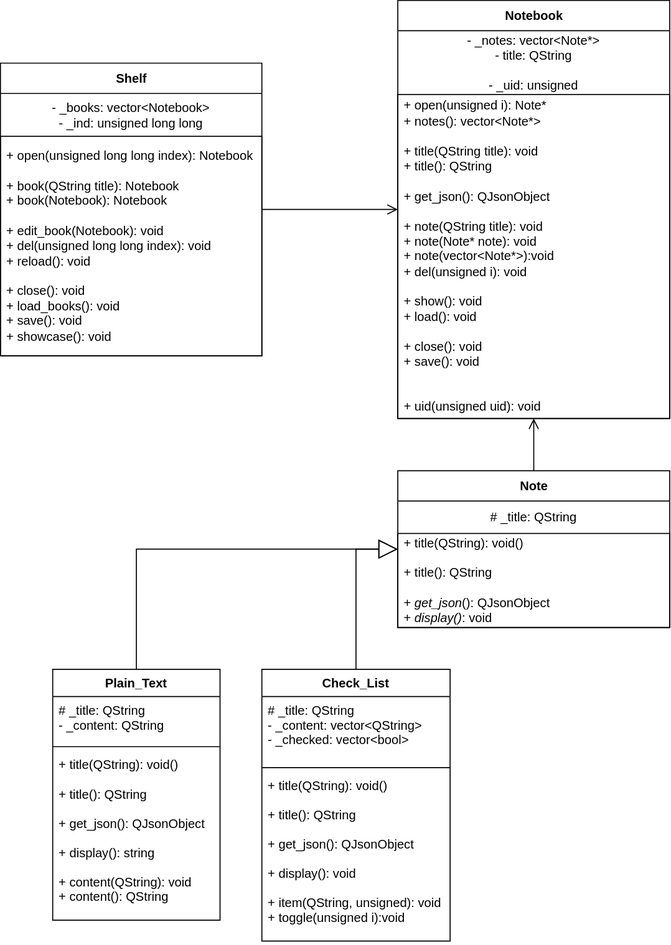
The draw.io diagram proj_prat/design/projeto_pratico(UML).svg in Emanuel600/PRG22107, before a commit. Source tidied: cells renumbered, new cells last; positions are measured from the earlier drawing's top-left corner, leaving out a move shared by most shapes.
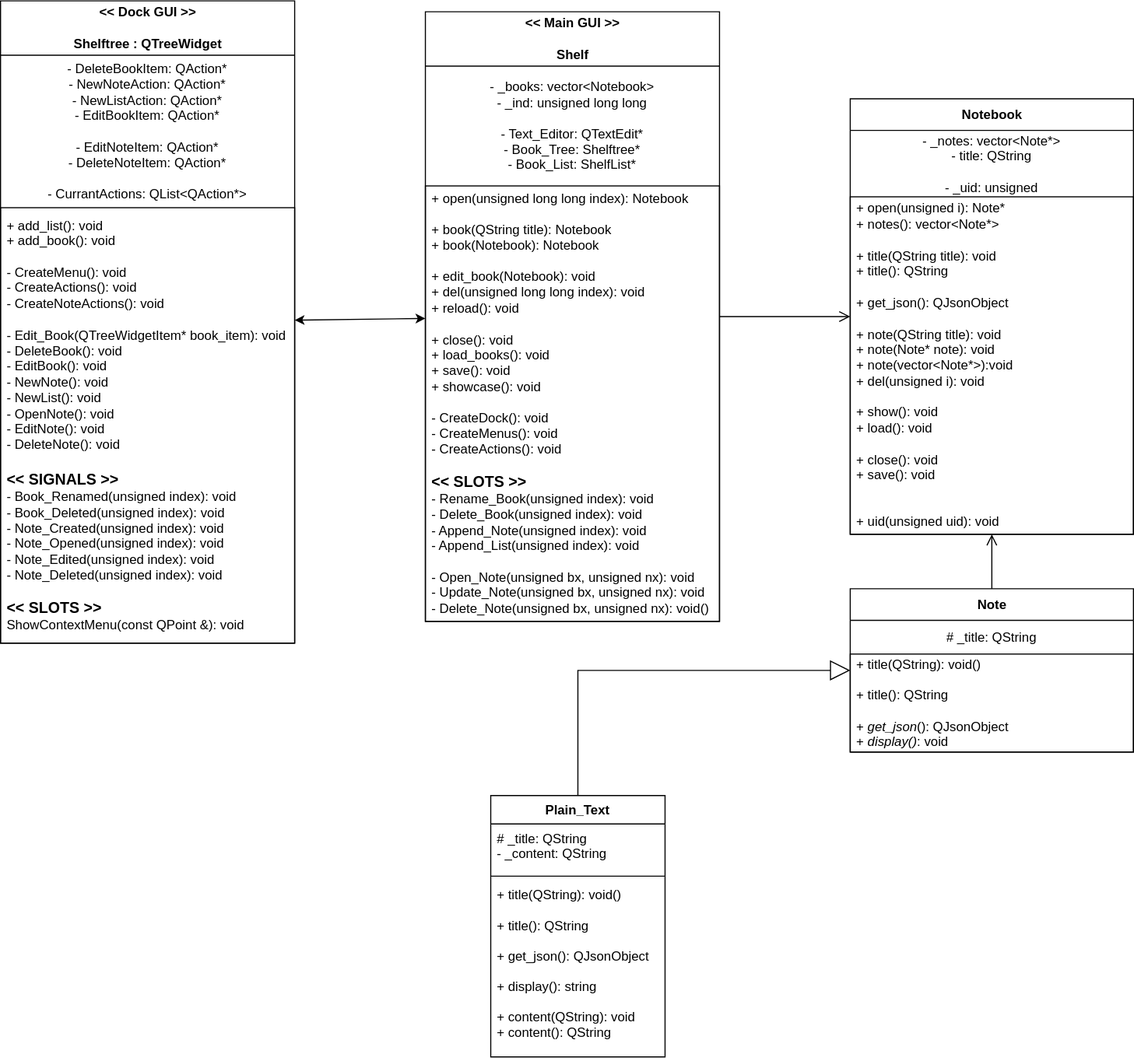
After the commit.

Change to the diagram source:
```diff
@@ -2,14 +2,14 @@
   <root>
     <mxCell id="0" />
     <mxCell id="1" parent="0" />
-    <mxCell id="2" value="Shelf" style="swimlane;fontStyle=1;align=center;verticalAlign=middle;horizontal=1;startSize=29;html=1;" parent="1" vertex="1">
-      <mxGeometry y="60" width="250" height="280" as="geometry" />
+    <mxCell id="2" value="&amp;lt;&amp;lt; Main GUI &amp;gt;&amp;gt;&lt;br&gt;&lt;br&gt;Shelf" style="swimlane;fontStyle=1;align=center;verticalAlign=middle;horizontal=1;startSize=50;html=1;" parent="1" vertex="1">
+      <mxGeometry x="-10" y="-80" width="270" height="560" as="geometry" />
     </mxCell>
-    <mxCell id="3" value="- _books: vector&amp;lt;Notebook&amp;gt;&lt;div&gt;- _ind: unsigned long long&lt;/div&gt;" style="text;html=1;strokeColor=none;fillColor=none;align=center;verticalAlign=middle;spacingLeft=4;spacingRight=4;overflow=hidden;" parent="2" vertex="1">
-      <mxGeometry y="29" width="250" height="41" as="geometry" />
+    <mxCell id="3" value="- _books: vector&amp;lt;Notebook&amp;gt;&lt;div&gt;- _ind: unsigned long long&lt;/div&gt;&lt;div&gt;&lt;br&gt;&lt;/div&gt;&lt;div&gt;- Text_Editor: QTextEdit*&lt;/div&gt;&lt;div&gt;- Book_Tree: Shelftree*&lt;/div&gt;&lt;div&gt;- Book_List: ShelfList*&lt;/div&gt;" style="text;html=1;strokeColor=none;fillColor=none;align=center;verticalAlign=middle;spacingLeft=4;spacingRight=4;overflow=hidden;" parent="2" vertex="1">
+      <mxGeometry y="50" width="270" height="110" as="geometry" />
     </mxCell>
-    <mxCell id="4" value="+ open(unsigned long long index): Notebook&lt;div&gt;&lt;br&gt;&lt;/div&gt;&lt;div&gt;+ book(QString title): Notebook&lt;/div&gt;&lt;div&gt;+ book(Notebook): Notebook&lt;/div&gt;&lt;div&gt;&lt;br&gt;&lt;/div&gt;&lt;div&gt;+ edit_book(Notebook): void&lt;/div&gt;&lt;div&gt;+ del(unsigned long long index): void&lt;/div&gt;&lt;div&gt;+ reload(): void&lt;/div&gt;&lt;div&gt;&lt;br&gt;&lt;/div&gt;&lt;div&gt;+ close(): void&lt;/div&gt;&lt;div&gt;+ load_books(): void&lt;/div&gt;&lt;div&gt;+ save(): void&lt;/div&gt;&lt;div&gt;+ showcase(): void&lt;br&gt;&lt;/div&gt;" style="text;html=1;strokeColor=default;fillColor=none;align=left;verticalAlign=middle;spacingLeft=4;spacingRight=4;overflow=hidden;" parent="2" vertex="1">
-      <mxGeometry y="70" width="250" height="210" as="geometry" />
+    <mxCell id="4" value="+ open(unsigned long long index): Notebook&lt;div&gt;&lt;br&gt;&lt;/div&gt;&lt;div&gt;+ book(QString title): Notebook&lt;/div&gt;&lt;div&gt;+ book(Notebook): Notebook&lt;/div&gt;&lt;div&gt;&lt;br&gt;&lt;/div&gt;&lt;div&gt;+ edit_book(Notebook): void&lt;/div&gt;&lt;div&gt;+ del(unsigned long long index): void&lt;/div&gt;&lt;div&gt;+ reload(): void&lt;/div&gt;&lt;div&gt;&lt;br&gt;&lt;/div&gt;&lt;div&gt;+ close(): void&lt;/div&gt;&lt;div&gt;+ load_books(): void&lt;/div&gt;&lt;div&gt;+ save(): void&lt;/div&gt;&lt;div&gt;+ showcase(): void&lt;br&gt;&lt;/div&gt;&lt;div&gt;&lt;br&gt;&lt;/div&gt;&lt;div&gt;- CreateDock(): void&lt;/div&gt;&lt;div&gt;- CreateMenus(): void&lt;/div&gt;&lt;div&gt;- CreateActions(): void&lt;/div&gt;&lt;div&gt;&lt;br&gt;&lt;/div&gt;&lt;div&gt;&lt;b&gt;&lt;font style=&quot;font-size: 14px;&quot;&gt;&amp;lt;&amp;lt; SLOTS &amp;gt;&amp;gt;&lt;/font&gt;&lt;/b&gt;&lt;/div&gt;&lt;div&gt;- Rename_Book(unsigned index): void&lt;/div&gt;&lt;div&gt;- Delete_Book(unsigned index): void&lt;/div&gt;&lt;div&gt;- Append_Note(unsigned index): void&lt;/div&gt;&lt;div&gt;- Append_List(unsigned index): void&lt;/div&gt;&lt;div&gt;&lt;br&gt;&lt;/div&gt;&lt;div&gt;- Open_Note(unsigned bx, unsigned nx): void&lt;/div&gt;&lt;div&gt;- Update_Note(unsigned bx, unsigned nx): void&lt;/div&gt;&lt;div&gt;- Delete_Note(unsigned bx, unsigned nx): void()&lt;/div&gt;" style="text;html=1;strokeColor=default;fillColor=none;align=left;verticalAlign=middle;spacingLeft=4;spacingRight=4;overflow=hidden;" parent="2" vertex="1">
+      <mxGeometry y="160" width="270" height="400" as="geometry" />
     </mxCell>
     <mxCell id="5" value="&lt;div&gt;Notebook&lt;/div&gt;" style="swimlane;fontStyle=1;align=center;verticalAlign=middle;horizontal=1;startSize=29;html=1;strokeColor=default;" parent="1" vertex="1">
       <mxGeometry x="380" width="260" height="400" as="geometry" />
@@ -54,24 +54,17 @@
     <mxCell id="17" value="+ title(QString): void()&#10;&#10;+ title(): QString&#10;&#10;+ get_json(): QJsonObject&#10;&#10;+ display(): string&#10;&#10;+ content(QString): void&#10;+ content(): QString&#10;&#10;" style="text;strokeColor=none;fillColor=none;align=left;verticalAlign=top;spacingLeft=4;spacingRight=4;overflow=hidden;fontColor=none;" parent="14" vertex="1">
       <mxGeometry y="78" width="160" height="162" as="geometry" />
     </mxCell>
-    <mxCell id="18" value="Check_List" style="swimlane;fontStyle=1;align=center;verticalAlign=top;horizontal=1;startSize=26;fontColor=none;" parent="1" vertex="1">
-      <mxGeometry x="250" y="640" width="180" height="260" as="geometry" />
-    </mxCell>
-    <mxCell id="19" value="# _title: QString&#10;- _content: vector&lt;QString&gt;&#10;- _checked: vector&lt;bool&gt;&#10;" style="text;strokeColor=none;fillColor=none;align=left;verticalAlign=top;spacingLeft=4;spacingRight=4;overflow=hidden;fontColor=none;" parent="18" vertex="1">
-      <mxGeometry y="26" width="180" height="64" as="geometry" />
-    </mxCell>
-    <mxCell id="20" style="line;strokeWidth=1;fillColor=none;align=left;verticalAlign=middle;spacingTop=-1;spacingLeft=3;spacingRight=3;labelPosition=right;strokeColor=inherit;fontColor=none;" parent="18" vertex="1">
-      <mxGeometry y="90" width="180" height="8" as="geometry" />
-    </mxCell>
-    <mxCell id="21" value="+ title(QString): void()&#10;&#10;+ title(): QString&#10;&#10;+ get_json(): QJsonObject&#10;&#10;+ display(): void&#10;&#10;+ item(QString, unsigned): void&#10;+ toggle(unsigned i):void&#10;&#10;" style="text;strokeColor=none;fillColor=none;align=left;verticalAlign=top;spacingLeft=4;spacingRight=4;overflow=hidden;fontColor=none;" parent="18" vertex="1">
-      <mxGeometry y="98" width="180" height="162" as="geometry" />
-    </mxCell>
-    <mxCell id="22" value="Extends" style="endArrow=block;endSize=16;endFill=0;html=1;rounded=0;fontColor=none;noLabel=1;" parent="1" edge="1" source="18" target="9">
-      <mxGeometry relative="1" as="geometry">
-        <Array as="points">
-          <mxPoint x="340" y="525" />
-        </Array>
-      </mxGeometry>
-    </mxCell>
+    <mxCell id="23" value="&amp;lt;&amp;lt; Dock GUI &amp;gt;&amp;gt;&lt;br&gt;&lt;br&gt;Shelftree : QTreeWidget" style="swimlane;fontStyle=1;align=center;verticalAlign=middle;horizontal=1;startSize=50;html=1;" parent="1" vertex="1">
+      <mxGeometry x="-400" y="-90" width="270" height="590" as="geometry" />
+    </mxCell>
+    <mxCell id="24" value="- DeleteBookItem: QAction*&lt;br&gt;- NewNoteAction: QAction*&lt;br&gt;- NewListAction: QAction*&lt;br&gt;- EditBookItem: QAction*&lt;br&gt;&lt;br&gt;- EditNoteItem: QAction*&lt;br&gt;- DeleteNoteItem: QAction*&lt;br&gt;&lt;br&gt;- CurrantActions: QList&amp;lt;QAction*&amp;gt;" style="text;html=1;strokeColor=none;fillColor=none;align=center;verticalAlign=middle;spacingLeft=4;spacingRight=4;overflow=hidden;" parent="23" vertex="1">
+      <mxGeometry y="50" width="270" height="140" as="geometry" />
+    </mxCell>
+    <mxCell id="25" value="+ add_list(): void&lt;br&gt;+ add_book(): void&lt;br&gt;&lt;br&gt;- CreateMenu(): void&lt;br&gt;- CreateActions(): void&lt;br&gt;- CreateNoteActions(): void&lt;br&gt;&lt;br&gt;- Edit_Book(QTreeWidgetItem* book_item): void&lt;br&gt;- DeleteBook(): void&lt;br&gt;- EditBook(): void&lt;br&gt;- NewNote(): void&lt;br&gt;- NewList(): void&lt;br&gt;- OpenNote(): void&lt;br&gt;- EditNote(): void&lt;br&gt;- DeleteNote(): void&lt;br&gt;&lt;b&gt;&lt;font style=&quot;font-size: 14px;&quot;&gt;&lt;br&gt;&lt;/font&gt;&lt;/b&gt;&lt;b&gt;&lt;font style=&quot;font-size: 14px;&quot;&gt;&amp;lt;&amp;lt; SIGNALS &amp;gt;&amp;gt;&lt;/font&gt;&lt;/b&gt;&lt;font style=&quot;&quot;&gt;&lt;br&gt;- Book_Renamed(unsigned index): void&lt;br&gt;- Book_Deleted(unsigned index): void&lt;br&gt;- Note_Created(unsigned index): void&lt;br&gt;- Note_Opened(unsigned index): void&lt;br&gt;- Note_Edited(unsigned index): void&lt;br&gt;- Note_Deleted(unsigned index): void&lt;br&gt;&lt;br&gt;&lt;b style=&quot;&quot;&gt;&lt;font style=&quot;font-size: 14px;&quot;&gt;&amp;lt;&amp;lt; SLOTS &amp;gt;&amp;gt;&lt;/font&gt;&lt;/b&gt;&lt;br&gt;ShowContextMenu(const QPoint &amp;amp;): void&lt;br&gt;&lt;/font&gt;" style="text;html=1;strokeColor=default;fillColor=none;align=left;verticalAlign=middle;spacingLeft=4;spacingRight=4;overflow=hidden;" parent="23" vertex="1">
+      <mxGeometry y="190" width="270" height="400" as="geometry" />
+    </mxCell>
+    <mxCell id="26" style="endArrow=classic;startArrow=classic;html=1;rounded=0;fontSize=14;" parent="1" edge="1" source="23" target="2">
+      <mxGeometry relative="1" as="geometry" />
+    </mxCell>
   </root>
 </mxGraphModel>
```
